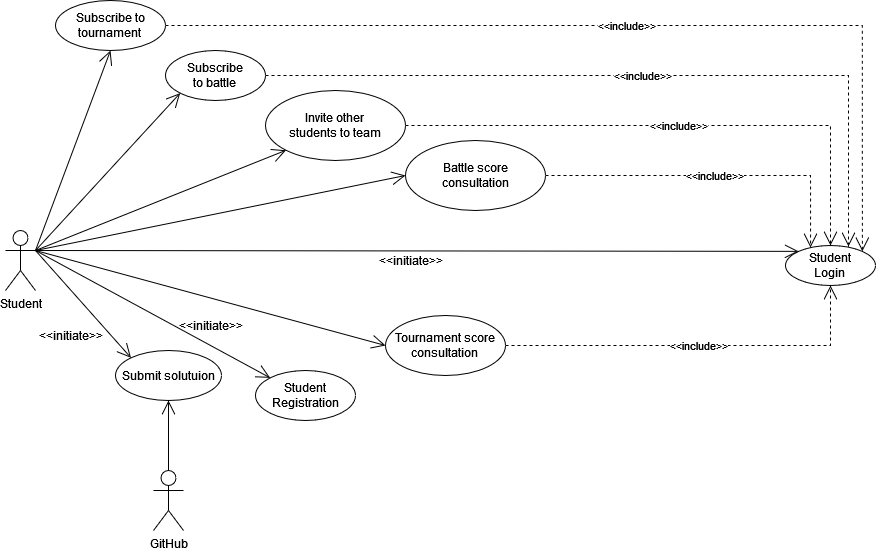
Earlier version of the draw.io export RASD/UseCaseDiagrams/UseCaseDiagramStudent.png (Francesco4Galbiati/FossaGalbiati). Source tidied: cells renumbered, new cells last; positions are measured from the earlier drawing's top-left corner, leaving out a move shared by most shapes.
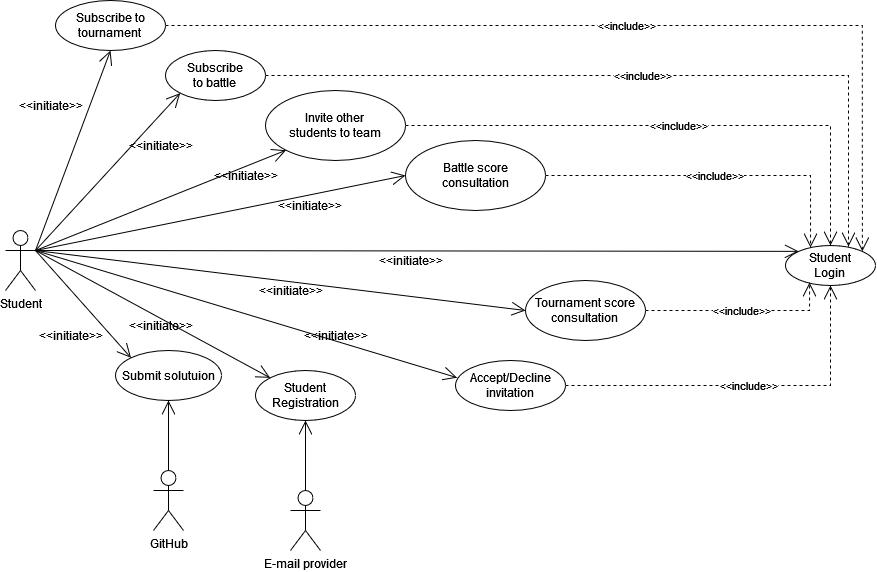
The same file after the commit.

Diff of the diagram source:
```diff
@@ -30,7 +30,7 @@
       <mxGeometry x="360" y="245" width="90" height="30" as="geometry" />
     </mxCell>
     <mxCell id="9" value="&amp;lt;&amp;lt;initiate&amp;gt;&amp;gt;" style="text;html=1;align=center;verticalAlign=middle;strokeColor=none;fillColor=none;" parent="1" vertex="1">
-      <mxGeometry x="160" y="310" width="90" height="30" as="geometry" />
+      <mxGeometry x="240" y="275" width="90" height="30" as="geometry" />
     </mxCell>
     <mxCell id="10" value="&lt;div&gt;Subscribe to&lt;/div&gt;&lt;div&gt;tournament&lt;br&gt;&lt;/div&gt;" style="ellipse;whiteSpace=wrap;html=1;" parent="1" vertex="1">
       <mxGeometry x="50" width="110" height="50" as="geometry" />
@@ -82,18 +82,55 @@
       <mxGeometry relative="1" as="geometry" />
     </mxCell>
     <mxCell id="25" value="&lt;div&gt;Tournament score&lt;/div&gt;&lt;div&gt;consultation&lt;br&gt;&lt;/div&gt;" style="ellipse;whiteSpace=wrap;html=1;" parent="1" vertex="1">
-      <mxGeometry x="380" y="315" width="120" height="60" as="geometry" />
+      <mxGeometry x="520" y="280" width="120" height="60" as="geometry" />
     </mxCell>
     <mxCell id="26" style="endArrow=open;endFill=1;endSize=12;html=1;rounded=0;entryX=0;entryY=0.5;entryDx=0;entryDy=0;" parent="1" edge="1" target="25">
       <mxGeometry relative="1" as="geometry">
         <mxPoint x="30" y="250" as="sourcePoint" />
       </mxGeometry>
     </mxCell>
-    <mxCell id="27" value="&amp;lt;&amp;lt;include&amp;gt;&amp;gt;" style="endArrow=open;endSize=12;dashed=1;html=1;rounded=0;exitX=1;exitY=0.5;exitDx=0;exitDy=0;edgeStyle=orthogonalEdgeStyle;entryX=0.5;entryY=1;entryDx=0;entryDy=0;" parent="1" edge="1" source="25" target="7">
-      <mxGeometry relative="1" as="geometry" />
+    <mxCell id="27" value="&amp;lt;&amp;lt;include&amp;gt;&amp;gt;" style="endArrow=open;endSize=12;dashed=1;html=1;rounded=0;exitX=1;exitY=0.5;exitDx=0;exitDy=0;edgeStyle=orthogonalEdgeStyle;entryX=0.267;entryY=0.925;entryDx=0;entryDy=0;entryPerimeter=0;" parent="1" edge="1" source="25" target="7">
+      <mxGeometry relative="1" as="geometry">
+        <Array as="points">
+          <mxPoint x="804" y="310" />
+        </Array>
+      </mxGeometry>
     </mxCell>
     <mxCell id="28" value="&amp;lt;&amp;lt;initiate&amp;gt;&amp;gt;" style="text;html=1;align=center;verticalAlign=middle;strokeColor=none;fillColor=none;" parent="1" vertex="1">
       <mxGeometry x="20" y="320" width="90" height="30" as="geometry" />
     </mxCell>
+    <mxCell id="29" value="&amp;lt;&amp;lt;initiate&amp;gt;&amp;gt;" style="text;html=1;align=center;verticalAlign=middle;strokeColor=none;fillColor=none;" parent="1" vertex="1">
+      <mxGeometry x="110" y="310" width="90" height="30" as="geometry" />
+    </mxCell>
+    <mxCell id="30" value="&lt;div&gt;Accept/Decline&lt;/div&gt;&lt;div&gt;invitation&lt;br&gt;&lt;/div&gt;" style="ellipse;whiteSpace=wrap;html=1;" parent="1" vertex="1">
+      <mxGeometry x="450" y="360" width="110" height="50" as="geometry" />
+    </mxCell>
+    <mxCell id="31" style="endArrow=open;endFill=1;endSize=12;html=1;rounded=0;exitX=1;exitY=0.3333333333333333;exitDx=0;exitDy=0;exitPerimeter=0;entryX=0.014;entryY=0.343;entryDx=0;entryDy=0;entryPerimeter=0;" parent="1" edge="1" source="2" target="30">
+      <mxGeometry relative="1" as="geometry" />
+    </mxCell>
+    <mxCell id="32" value="&amp;lt;&amp;lt;initiate&amp;gt;&amp;gt;" style="text;html=1;align=center;verticalAlign=middle;strokeColor=none;fillColor=none;" parent="1" vertex="1">
+      <mxGeometry x="285" y="320" width="90" height="30" as="geometry" />
+    </mxCell>
+    <mxCell id="33" value="&amp;lt;&amp;lt;include&amp;gt;&amp;gt;" style="endArrow=open;endSize=12;dashed=1;html=1;rounded=0;exitX=1;exitY=0.5;exitDx=0;exitDy=0;entryX=0.5;entryY=1;entryDx=0;entryDy=0;edgeStyle=orthogonalEdgeStyle;" parent="1" edge="1" source="30" target="7">
+      <mxGeometry relative="1" as="geometry" />
+    </mxCell>
+    <mxCell id="34" value="&amp;lt;&amp;lt;initiate&amp;gt;&amp;gt;" style="text;html=1;align=center;verticalAlign=middle;strokeColor=none;fillColor=none;" parent="1" vertex="1">
+      <mxGeometry y="90" width="90" height="30" as="geometry" />
+    </mxCell>
+    <mxCell id="35" value="&amp;lt;&amp;lt;initiate&amp;gt;&amp;gt;" style="text;html=1;align=center;verticalAlign=middle;strokeColor=none;fillColor=none;" parent="1" vertex="1">
+      <mxGeometry x="259" y="190" width="90" height="30" as="geometry" />
+    </mxCell>
+    <mxCell id="36" value="&amp;lt;&amp;lt;initiate&amp;gt;&amp;gt;" style="text;html=1;align=center;verticalAlign=middle;strokeColor=none;fillColor=none;" parent="1" vertex="1">
+      <mxGeometry x="195" y="160" width="90" height="30" as="geometry" />
+    </mxCell>
+    <mxCell id="37" value="&amp;lt;&amp;lt;initiate&amp;gt;&amp;gt;" style="text;html=1;align=center;verticalAlign=middle;strokeColor=none;fillColor=none;" parent="1" vertex="1">
+      <mxGeometry x="110" y="130" width="90" height="30" as="geometry" />
+    </mxCell>
+    <mxCell id="38" value="E-mail provider" style="shape=umlActor;verticalLabelPosition=bottom;verticalAlign=top;html=1;" parent="1" vertex="1">
+      <mxGeometry x="285" y="490" width="30" height="60" as="geometry" />
+    </mxCell>
+    <mxCell id="39" style="endArrow=open;endFill=1;endSize=12;html=1;rounded=0;exitX=0.5;exitY=0;exitDx=0;exitDy=0;exitPerimeter=0;entryX=0.5;entryY=1;entryDx=0;entryDy=0;" parent="1" edge="1" source="38" target="5">
+      <mxGeometry relative="1" as="geometry" />
+    </mxCell>
   </root>
 </mxGraphModel>
```
